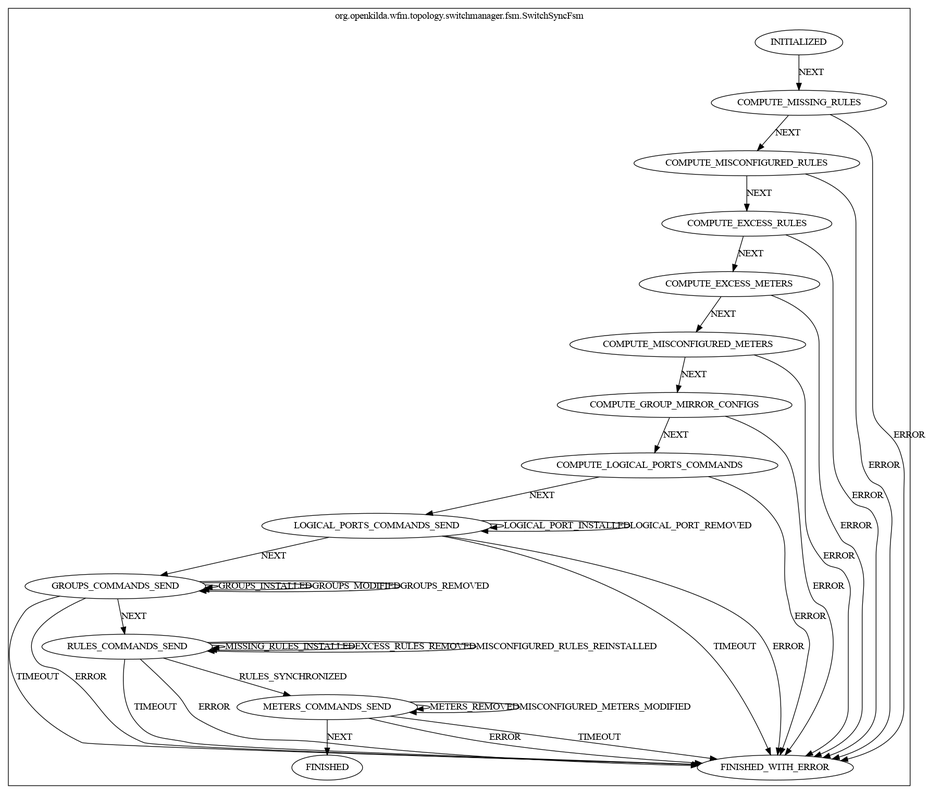
Above: docs/design/hub-and-spoke/switch-sync/switch-sync-fsm.png in telstra/open-kilda (Graphviz), before the change. Its source is kept beside it as docs/design/hub-and-spoke/switch-sync/switch-sync-fsm.dot.
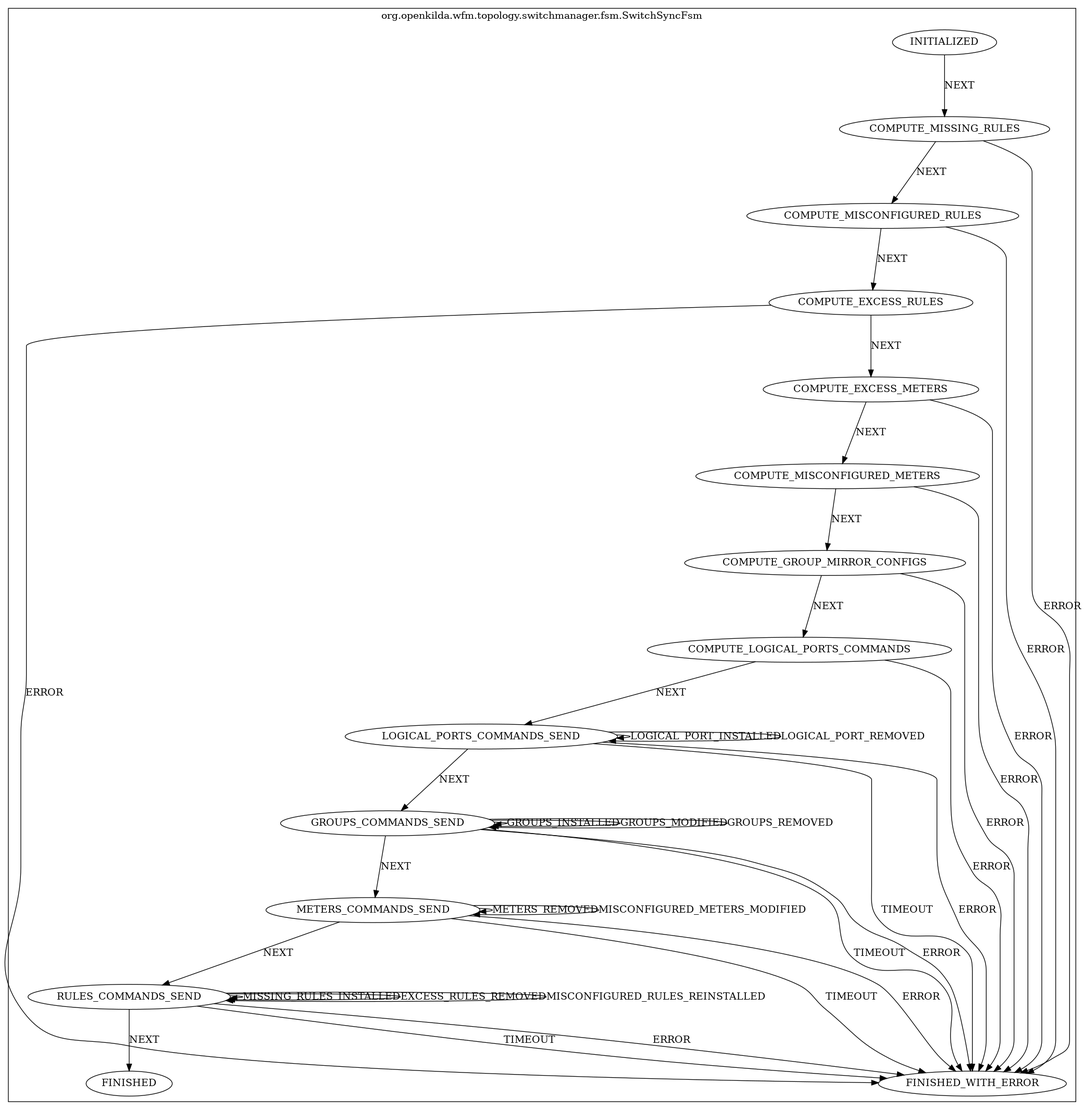
The same diagram one commit later.

Commit message:
Sync misconfigured and excess meters

Change to the diagram source:
```diff
@@ -2,55 +2,55 @@
 compound=true;
 subgraph cluster_StateMachine {
 label="org.openkilda.wfm.topology.switchmanager.fsm.SwitchSyncFsm";
+COMPUTE_EXCESS_RULES [label="COMPUTE_EXCESS_RULES"];
+COMPUTE_MISCONFIGURED_RULES [label="COMPUTE_MISCONFIGURED_RULES"];
 GROUPS_COMMANDS_SEND [label="GROUPS_COMMANDS_SEND"];
+FINISHED_WITH_ERROR [label="FINISHED_WITH_ERROR"];
+INITIALIZED [label="INITIALIZED"];
+COMPUTE_LOGICAL_PORTS_COMMANDS [label="COMPUTE_LOGICAL_PORTS_COMMANDS"];
+LOGICAL_PORTS_COMMANDS_SEND [label="LOGICAL_PORTS_COMMANDS_SEND"];
 RULES_COMMANDS_SEND [label="RULES_COMMANDS_SEND"];
-METERS_COMMANDS_SEND [label="METERS_COMMANDS_SEND"];
-LOGICAL_PORTS_COMMANDS_SEND [label="LOGICAL_PORTS_COMMANDS_SEND"];
-INITIALIZED [label="INITIALIZED"];
-COMPUTE_EXCESS_RULES [label="COMPUTE_EXCESS_RULES"];
-COMPUTE_GROUP_MIRROR_CONFIGS [label="COMPUTE_GROUP_MIRROR_CONFIGS"];
-COMPUTE_LOGICAL_PORTS_COMMANDS [label="COMPUTE_LOGICAL_PORTS_COMMANDS"];
 COMPUTE_MISSING_RULES [label="COMPUTE_MISSING_RULES"];
-COMPUTE_MISCONFIGURED_RULES [label="COMPUTE_MISCONFIGURED_RULES"];
-FINISHED [label="FINISHED"];
-FINISHED_WITH_ERROR [label="FINISHED_WITH_ERROR"];
 COMPUTE_EXCESS_METERS [label="COMPUTE_EXCESS_METERS"];
 COMPUTE_MISCONFIGURED_METERS [label="COMPUTE_MISCONFIGURED_METERS"];
+COMPUTE_GROUP_MIRROR_CONFIGS [label="COMPUTE_GROUP_MIRROR_CONFIGS"];
+METERS_COMMANDS_SEND [label="METERS_COMMANDS_SEND"];
+FINISHED [label="FINISHED"];
 
+COMPUTE_EXCESS_RULES -> FINISHED_WITH_ERROR [ label="ERROR"];
+COMPUTE_EXCESS_RULES -> COMPUTE_EXCESS_METERS [ label="NEXT"];
+COMPUTE_MISCONFIGURED_RULES -> FINISHED_WITH_ERROR [ label="ERROR"];
+COMPUTE_MISCONFIGURED_RULES -> COMPUTE_EXCESS_RULES [ label="NEXT"];
+GROUPS_COMMANDS_SEND -> GROUPS_COMMANDS_SEND [ label="GROUPS_INSTALLED"];
+GROUPS_COMMANDS_SEND -> GROUPS_COMMANDS_SEND [ label="GROUPS_MODIFIED"];
+GROUPS_COMMANDS_SEND -> GROUPS_COMMANDS_SEND [ label="GROUPS_REMOVED"];
+GROUPS_COMMANDS_SEND -> FINISHED_WITH_ERROR [ label="TIMEOUT"];
+GROUPS_COMMANDS_SEND -> FINISHED_WITH_ERROR [ label="ERROR"];
+GROUPS_COMMANDS_SEND -> METERS_COMMANDS_SEND [ label="NEXT"];
+INITIALIZED -> COMPUTE_MISSING_RULES [ label="NEXT"];
+COMPUTE_LOGICAL_PORTS_COMMANDS -> FINISHED_WITH_ERROR [ label="ERROR"];
+COMPUTE_LOGICAL_PORTS_COMMANDS -> LOGICAL_PORTS_COMMANDS_SEND [ label="NEXT"];
 LOGICAL_PORTS_COMMANDS_SEND -> LOGICAL_PORTS_COMMANDS_SEND [ label="LOGICAL_PORT_INSTALLED"];
 LOGICAL_PORTS_COMMANDS_SEND -> LOGICAL_PORTS_COMMANDS_SEND [ label="LOGICAL_PORT_REMOVED"];
 LOGICAL_PORTS_COMMANDS_SEND -> FINISHED_WITH_ERROR [ label="TIMEOUT"];
 LOGICAL_PORTS_COMMANDS_SEND -> FINISHED_WITH_ERROR [ label="ERROR"];
 LOGICAL_PORTS_COMMANDS_SEND -> GROUPS_COMMANDS_SEND [ label="NEXT"];
-GROUPS_COMMANDS_SEND -> GROUPS_COMMANDS_SEND [ label="GROUPS_INSTALLED"];
-GROUPS_COMMANDS_SEND -> GROUPS_COMMANDS_SEND [ label="GROUPS_MODIFIED"];
-GROUPS_COMMANDS_SEND -> GROUPS_COMMANDS_SEND [ label="GROUPS_REMOVED"];
-GROUPS_COMMANDS_SEND -> FINISHED_WITH_ERROR [ label="TIMEOUT"];
-GROUPS_COMMANDS_SEND -> FINISHED_WITH_ERROR [ label="ERROR"];
-GROUPS_COMMANDS_SEND -> RULES_COMMANDS_SEND [ label="NEXT"];
 RULES_COMMANDS_SEND -> RULES_COMMANDS_SEND [ label="MISSING_RULES_INSTALLED"];
 RULES_COMMANDS_SEND -> RULES_COMMANDS_SEND [ label="EXCESS_RULES_REMOVED"];
 RULES_COMMANDS_SEND -> RULES_COMMANDS_SEND [ label="MISCONFIGURED_RULES_REINSTALLED"];
 RULES_COMMANDS_SEND -> FINISHED_WITH_ERROR [ label="TIMEOUT"];
 RULES_COMMANDS_SEND -> FINISHED_WITH_ERROR [ label="ERROR"];
-RULES_COMMANDS_SEND -> METERS_COMMANDS_SEND [ label="RULES_SYNCHRONIZED"];
+RULES_COMMANDS_SEND -> FINISHED [ label="NEXT"];
+COMPUTE_MISSING_RULES -> FINISHED_WITH_ERROR [ label="ERROR"];
+COMPUTE_MISSING_RULES -> COMPUTE_MISCONFIGURED_RULES [ label="NEXT"];
+COMPUTE_EXCESS_METERS -> FINISHED_WITH_ERROR [ label="ERROR"];
+COMPUTE_EXCESS_METERS -> COMPUTE_MISCONFIGURED_METERS [ label="NEXT"];
+COMPUTE_MISCONFIGURED_METERS -> FINISHED_WITH_ERROR [ label="ERROR"];
+COMPUTE_MISCONFIGURED_METERS -> COMPUTE_GROUP_MIRROR_CONFIGS [ label="NEXT"];
+COMPUTE_GROUP_MIRROR_CONFIGS -> FINISHED_WITH_ERROR [ label="ERROR"];
+COMPUTE_GROUP_MIRROR_CONFIGS -> COMPUTE_LOGICAL_PORTS_COMMANDS [ label="NEXT"];
 METERS_COMMANDS_SEND -> METERS_COMMANDS_SEND [ label="METERS_REMOVED"];
 METERS_COMMANDS_SEND -> METERS_COMMANDS_SEND [ label="MISCONFIGURED_METERS_MODIFIED"];
 METERS_COMMANDS_SEND -> FINISHED_WITH_ERROR [ label="TIMEOUT"];
 METERS_COMMANDS_SEND -> FINISHED_WITH_ERROR [ label="ERROR"];
-METERS_COMMANDS_SEND -> FINISHED [ label="NEXT"];
-INITIALIZED -> COMPUTE_MISSING_RULES [ label="NEXT"];
-COMPUTE_EXCESS_RULES -> FINISHED_WITH_ERROR [ label="ERROR"];
-COMPUTE_EXCESS_RULES -> COMPUTE_EXCESS_METERS [ label="NEXT"];
-COMPUTE_GROUP_MIRROR_CONFIGS -> FINISHED_WITH_ERROR [ label="ERROR"];
-COMPUTE_GROUP_MIRROR_CONFIGS -> COMPUTE_LOGICAL_PORTS_COMMANDS [ label="NEXT"];
-COMPUTE_LOGICAL_PORTS_COMMANDS -> FINISHED_WITH_ERROR [ label="ERROR"];
-COMPUTE_LOGICAL_PORTS_COMMANDS -> LOGICAL_PORTS_COMMANDS_SEND [ label="NEXT"];
-COMPUTE_MISSING_RULES -> FINISHED_WITH_ERROR [ label="ERROR"];
-COMPUTE_MISSING_RULES -> COMPUTE_MISCONFIGURED_RULES [ label="NEXT"];
-COMPUTE_MISCONFIGURED_RULES -> FINISHED_WITH_ERROR [ label="ERROR"];
-COMPUTE_MISCONFIGURED_RULES -> COMPUTE_EXCESS_RULES [ label="NEXT"];
-COMPUTE_EXCESS_METERS -> FINISHED_WITH_ERROR [ label="ERROR"];
-COMPUTE_EXCESS_METERS -> COMPUTE_MISCONFIGURED_METERS [ label="NEXT"];
-COMPUTE_MISCONFIGURED_METERS -> FINISHED_WITH_ERROR [ label="ERROR"];
-COMPUTE_MISCONFIGURED_METERS -> COMPUTE_GROUP_MIRROR_CONFIGS [ label="NEXT"];}}
+METERS_COMMANDS_SEND -> RULES_COMMANDS_SEND [ label="NEXT"];}}
```
